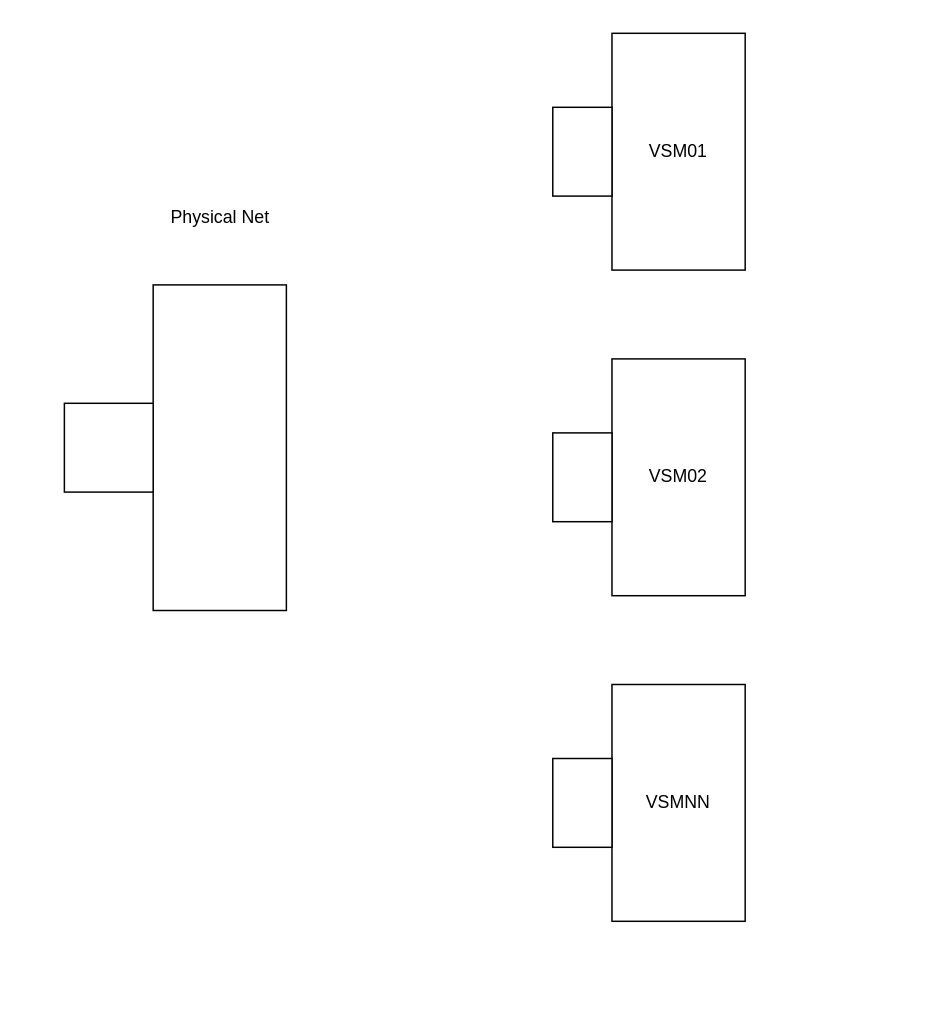
Before: network.drawio in MJmichael/draw, a draw.io diagram. Source tidied: cells renumbered, new cells numbered last; positions are measured from the earlier drawing's top-left corner, leaving out a move shared by most shapes. Both pictures are drawn from the tidied source at 148%, with x=0, y=0 at pixel (64, 33).
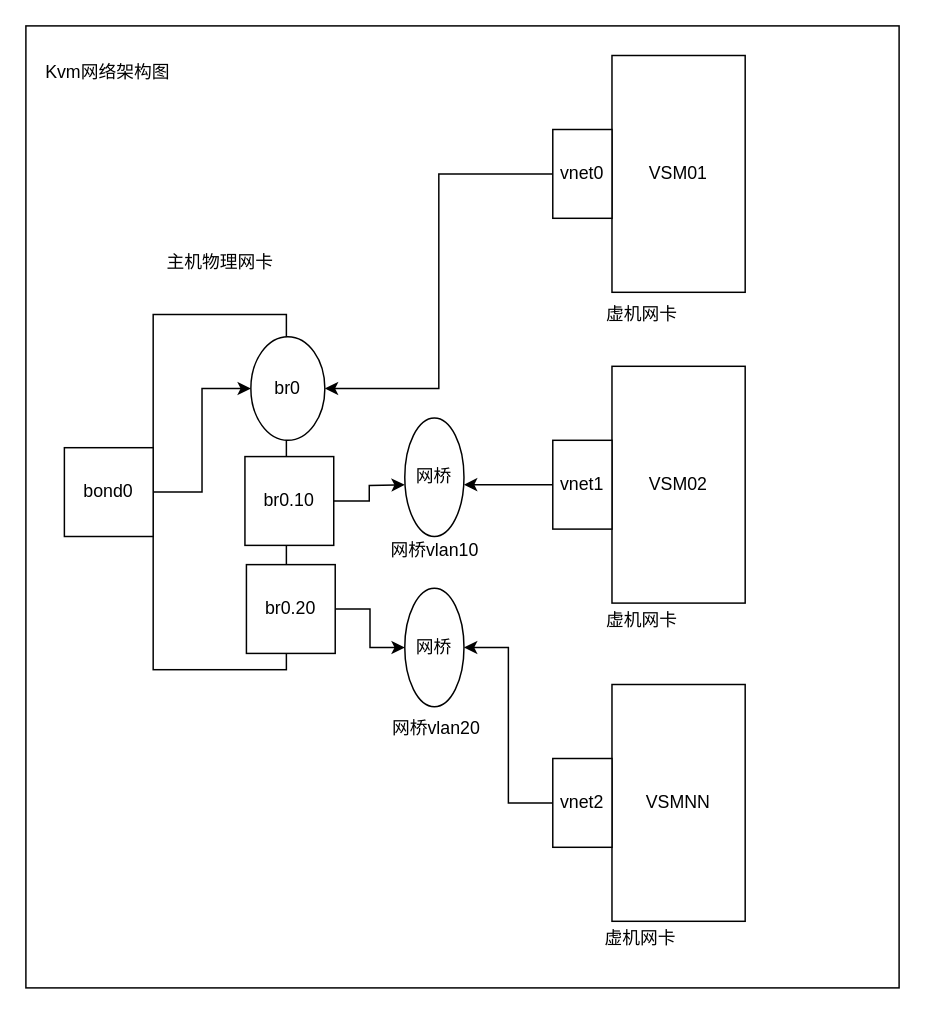
The same page after the edit.

Diff of the diagram source:
```diff
@@
+    <mxCell id="11" style="rounded=0;whiteSpace=wrap;html=1;" parent="1" vertex="1">
+      <mxGeometry x="-26" y="-5" width="590" height="650" as="geometry" />
+    </mxCell>
     <mxCell id="2" style="rounded=0;whiteSpace=wrap;html=1;" parent="1" vertex="1">
-      <mxGeometry x="60" y="170" width="90" height="220" as="geometry" />
+      <mxGeometry x="60" y="190" width="90" height="240" as="geometry" />
     </mxCell>
+    <mxCell id="12" style="edgeStyle=orthogonalEdgeStyle;rounded=0;jettySize=auto;html=1;entryX=0;entryY=0.5;entryDx=0;entryDy=0;" parent="1" edge="1" source="3" target="29">
+      <mxGeometry relative="1" as="geometry" />
+    </mxCell>
-    <mxCell id="3" style="rounded=0;whiteSpace=wrap;html=1;" parent="1" vertex="1">
-      <mxGeometry y="250" width="60" height="60" as="geometry" />
+    <mxCell id="3" value="bond0" style="rounded=0;whiteSpace=wrap;html=1;" parent="1" vertex="1">
+      <mxGeometry y="280" width="60" height="60" as="geometry" />
     </mxCell>
     <mxCell id="4" value="VSM02" style="rounded=0;whiteSpace=wrap;html=1;" parent="1" vertex="1">
-      <mxGeometry x="370" y="220" width="90" height="160" as="geometry" />
+      <mxGeometry x="370" y="225" width="90" height="160" as="geometry" />
     </mxCell>
+    <mxCell id="13" style="edgeStyle=orthogonalEdgeStyle;rounded=0;jettySize=auto;html=1;exitX=0;exitY=0.5;exitDx=0;exitDy=0;entryX=1;entryY=0.5;entryDx=0;entryDy=0;" parent="1" edge="1" source="5">
+      <mxGeometry relative="1" as="geometry">
+        <mxPoint x="270" y="305" as="targetPoint" />
+      </mxGeometry>
+    </mxCell>
-    <mxCell id="5" style="rounded=0;whiteSpace=wrap;html=1;" parent="1" vertex="1">
-      <mxGeometry x="330" y="270" width="40" height="60" as="geometry" />
+    <mxCell id="5" value="vnet1" style="rounded=0;whiteSpace=wrap;html=1;" parent="1" vertex="1">
+      <mxGeometry x="330" y="275" width="40" height="60" as="geometry" />
     </mxCell>
     <mxCell id="6" value="VSM01" style="rounded=0;whiteSpace=wrap;html=1;" parent="1" vertex="1">
-      <mxGeometry x="370" width="90" height="160" as="geometry" />
+      <mxGeometry x="370" y="15" width="90" height="160" as="geometry" />
     </mxCell>
+    <mxCell id="14" style="edgeStyle=orthogonalEdgeStyle;rounded=0;jettySize=auto;html=1;exitX=0;exitY=0.5;exitDx=0;exitDy=0;entryX=1;entryY=0.5;entryDx=0;entryDy=0;" parent="1" edge="1" source="7" target="29">
+      <mxGeometry relative="1" as="geometry" />
+    </mxCell>
-    <mxCell id="7" style="rounded=0;whiteSpace=wrap;html=1;" parent="1" vertex="1">
-      <mxGeometry x="330" y="50" width="40" height="60" as="geometry" />
+    <mxCell id="7" value="vnet0" style="rounded=0;whiteSpace=wrap;html=1;" parent="1" vertex="1">
+      <mxGeometry x="330" y="65" width="40" height="60" as="geometry" />
     </mxCell>
-    <mxCell id="8" value="Physical Net" style="text;html=1;align=center;verticalAlign=middle;strokeColor=none;fillColor=none;" parent="1" vertex="1">
-      <mxGeometry x="60" y="110" width="90" height="30" as="geometry" />
-    </mxCell>
@@
+    <mxCell id="15" style="edgeStyle=orthogonalEdgeStyle;rounded=0;jettySize=auto;html=1;exitX=0;exitY=0.5;exitDx=0;exitDy=0;entryX=1;entryY=0.5;entryDx=0;entryDy=0;" parent="1" edge="1" source="10" target="28">
+      <mxGeometry relative="1" as="geometry" />
+    </mxCell>
-    <mxCell id="10" style="rounded=0;whiteSpace=wrap;html=1;" parent="1" vertex="1">
+    <mxCell id="10" value="vnet2" style="rounded=0;whiteSpace=wrap;html=1;" parent="1" vertex="1">
       <mxGeometry x="330" y="490" width="40" height="60" as="geometry" />
     </mxCell>
+    <mxCell id="16" style="edgeStyle=orthogonalEdgeStyle;rounded=0;jettySize=auto;html=1;" parent="1" edge="1" source="17">
+      <mxGeometry relative="1" as="geometry">
+        <mxPoint x="230" y="305" as="targetPoint" />
+      </mxGeometry>
+    </mxCell>
+    <mxCell id="17" value="br0.10" style="rounded=0;whiteSpace=wrap;html=1;" parent="1" vertex="1">
+      <mxGeometry x="122" y="286" width="60" height="60" as="geometry" />
+    </mxCell>
+    <mxCell id="18" style="edgeStyle=orthogonalEdgeStyle;rounded=0;jettySize=auto;html=1;exitX=1;exitY=0.5;exitDx=0;exitDy=0;entryX=0;entryY=0.5;entryDx=0;entryDy=0;" parent="1" edge="1" source="19" target="28">
+      <mxGeometry relative="1" as="geometry" />
+    </mxCell>
+    <mxCell id="19" value="br0.20" style="rounded=0;whiteSpace=wrap;html=1;" parent="1" vertex="1">
+      <mxGeometry x="123" y="359" width="60" height="60" as="geometry" />
+    </mxCell>
+    <mxCell id="20" value="主机物理网卡" style="text;html=1;align=center;verticalAlign=middle;strokeColor=none;fillColor=none;" parent="1" vertex="1">
+      <mxGeometry x="55" y="140" width="100" height="30" as="geometry" />
+    </mxCell>
+    <mxCell id="21" value="网桥vlan10" style="text;html=1;align=center;verticalAlign=middle;strokeColor=none;fillColor=none;" parent="1" vertex="1">
+      <mxGeometry x="210" y="335" width="80" height="30" as="geometry" />
+    </mxCell>
+    <mxCell id="22" value="网桥vlan20" style="text;html=1;align=center;verticalAlign=middle;strokeColor=none;fillColor=none;" parent="1" vertex="1">
+      <mxGeometry x="211" y="455" width="80" height="30" as="geometry" />
+    </mxCell>
+    <mxCell id="23" value="虚机网卡" style="text;html=1;align=center;verticalAlign=middle;strokeColor=none;fillColor=none;" parent="1" vertex="1">
+      <mxGeometry x="355" y="175" width="70" height="30" as="geometry" />
+    </mxCell>
+    <mxCell id="24" value="虚机网卡" style="text;html=1;align=center;verticalAlign=middle;strokeColor=none;fillColor=none;" parent="1" vertex="1">
+      <mxGeometry x="355" y="382" width="70" height="30" as="geometry" />
+    </mxCell>
+    <mxCell id="25" value="虚机网卡" style="text;html=1;align=center;verticalAlign=middle;strokeColor=none;fillColor=none;" parent="1" vertex="1">
+      <mxGeometry x="354" y="597" width="70" height="30" as="geometry" />
+    </mxCell>
+    <mxCell id="26" value="Kvm网络架构图" style="text;html=1;align=center;verticalAlign=middle;strokeColor=none;fillColor=none;" parent="1" vertex="1">
+      <mxGeometry x="-26" y="12" width="110" height="30" as="geometry" />
+    </mxCell>
+    <mxCell id="27" value="网桥" style="ellipse;whiteSpace=wrap;html=1;" parent="1" vertex="1">
+      <mxGeometry x="230" y="260" width="40" height="80" as="geometry" />
+    </mxCell>
+    <mxCell id="28" value="网桥" style="ellipse;whiteSpace=wrap;html=1;" parent="1" vertex="1">
+      <mxGeometry x="230" y="375" width="40" height="80" as="geometry" />
+    </mxCell>
+    <mxCell id="29" value="br0" style="ellipse;whiteSpace=wrap;html=1;" parent="1" vertex="1">
+      <mxGeometry x="126" y="205" width="50" height="70" as="geometry" />
+    </mxCell>
```
